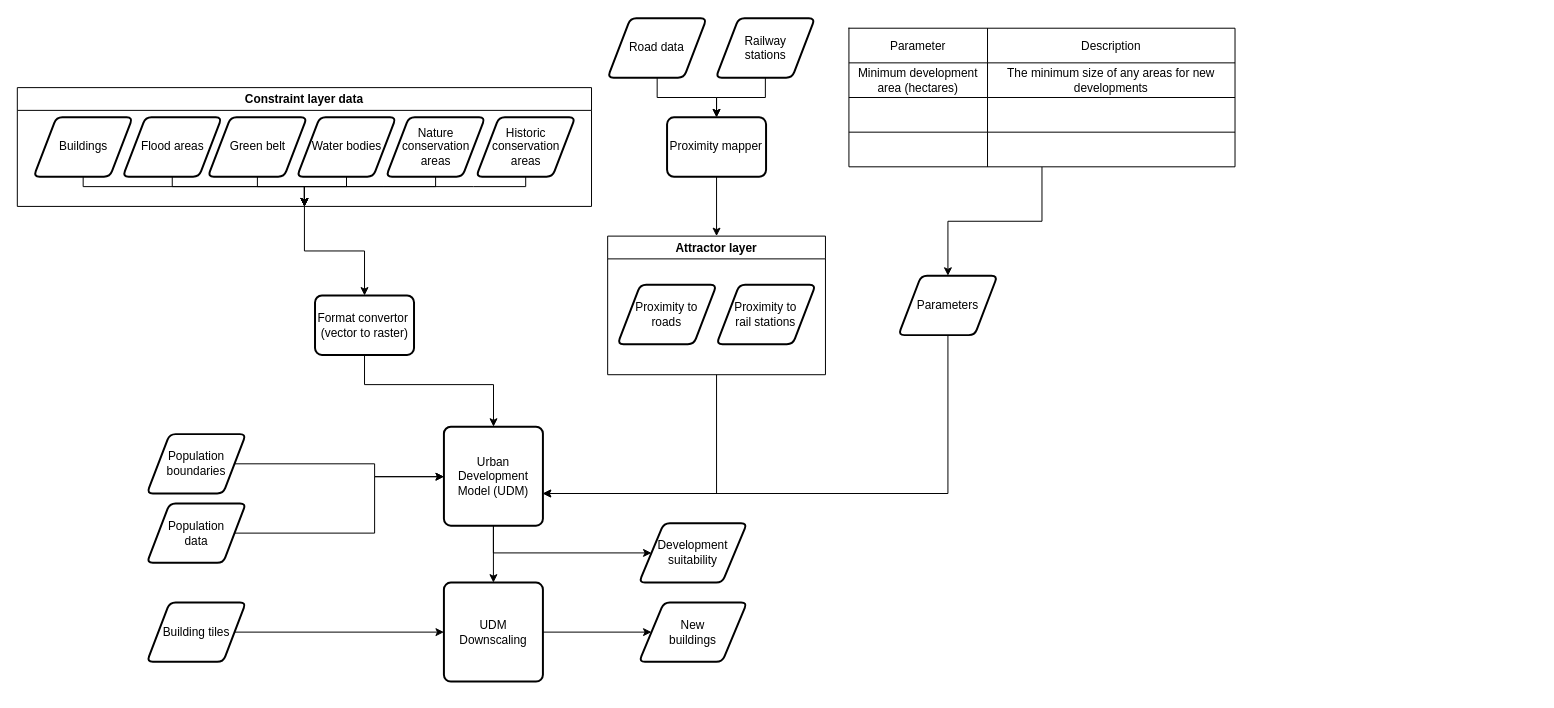
The draw.io diagram page "Page-2" (2 of 2) of udm/openclim-udm-workflow.drawio in OpenCLIM/workflow-diagrams, before the edit. Source tidied: cells renumbered, new cells numbered last; positions are measured from the earlier drawing's top-left corner, leaving out a move shared by most shapes. Both pictures are drawn from the tidied source at 99%, with x=0, y=0 at pixel (17, 18).
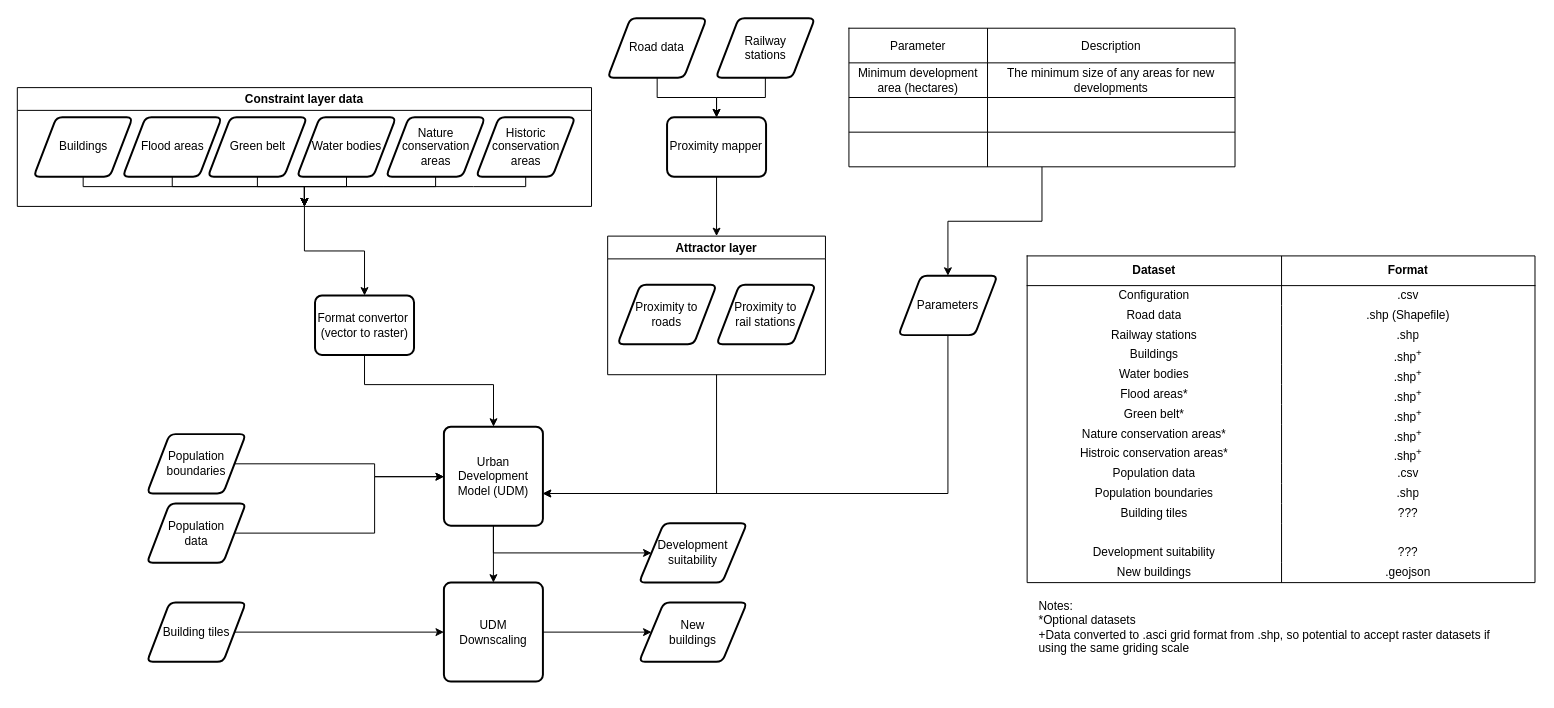
Above is the later version.

Commit message (it also covers changes not shown here):
updated UDM workflow with data types for inputs and outputs

Change to the diagram source:
```diff
@@
+    <mxCell id="58" style="shape=table;html=1;whiteSpace=wrap;startSize=0;childLayout=tableLayout;spacingTop=0;rowLines=0;" parent="1" vertex="1">
+      <mxGeometry x="1020" y="240" width="513" height="330" as="geometry" />
+    </mxCell>
+    <mxCell id="59" style="shape=partialRectangle;html=1;whiteSpace=wrap;fillColor=none;top=0;left=0;bottom=0;right=0;perimeterSpacing=2;strokeWidth=5;" parent="58" vertex="1">
+      <mxGeometry width="513" height="30" as="geometry" />
+    </mxCell>
+    <mxCell id="60" value="&lt;b&gt;Dataset&lt;/b&gt;" style="shape=partialRectangle;html=1;whiteSpace=wrap;fillColor=none;top=0;left=0;bottom=1;right=0;overflow=hidden;" parent="59" vertex="1">
+      <mxGeometry width="257" height="30" as="geometry" />
+    </mxCell>
+    <mxCell id="61" value="&lt;b&gt;Format&lt;/b&gt;" style="shape=partialRectangle;html=1;whiteSpace=wrap;fillColor=none;top=0;left=0;bottom=1;right=0;overflow=hidden;sketch=0;" parent="59" vertex="1">
+      <mxGeometry x="257" width="256" height="30" as="geometry" />
+    </mxCell>
+    <mxCell id="62" style="shape=partialRectangle;html=1;whiteSpace=wrap;fillColor=none;top=0;left=0;bottom=0;right=0;strokeColor=none;" parent="58" vertex="1">
+      <mxGeometry y="30" width="513" height="20" as="geometry" />
+    </mxCell>
+    <mxCell id="63" value="Configuration" style="shape=partialRectangle;html=1;whiteSpace=wrap;fillColor=none;top=0;left=0;bottom=0;right=0;overflow=hidden;strokeColor=none;" parent="62" vertex="1">
+      <mxGeometry width="257" height="20" as="geometry" />
+    </mxCell>
+    <mxCell id="64" value=".csv" style="shape=partialRectangle;html=1;whiteSpace=wrap;fillColor=none;top=0;left=0;bottom=0;right=0;overflow=hidden;strokeColor=none;" parent="62" vertex="1">
+      <mxGeometry x="257" width="256" height="20" as="geometry" />
+    </mxCell>
+    <mxCell id="65" style="shape=partialRectangle;html=1;whiteSpace=wrap;fillColor=none;top=0;left=0;bottom=0;right=0;strokeColor=none;" parent="58" vertex="1">
+      <mxGeometry y="50" width="513" height="20" as="geometry" />
+    </mxCell>
+    <mxCell id="66" value="Road data" style="shape=partialRectangle;html=1;whiteSpace=wrap;fillColor=none;top=0;left=0;bottom=0;right=0;overflow=hidden;strokeColor=none;" parent="65" vertex="1">
+      <mxGeometry width="257" height="20" as="geometry" />
+    </mxCell>
+    <mxCell id="67" value=".shp (Shapefile)" style="shape=partialRectangle;html=1;whiteSpace=wrap;fillColor=none;top=0;left=0;bottom=0;right=0;overflow=hidden;strokeColor=none;" parent="65" vertex="1">
+      <mxGeometry x="257" width="256" height="20" as="geometry" />
+    </mxCell>
+    <mxCell id="68" style="shape=partialRectangle;html=1;whiteSpace=wrap;fillColor=none;top=0;left=0;bottom=0;right=0;strokeColor=none;" parent="58" vertex="1">
+      <mxGeometry y="70" width="513" height="20" as="geometry" />
+    </mxCell>
+    <mxCell id="69" value="Railway stations" style="shape=partialRectangle;html=1;whiteSpace=wrap;fillColor=none;top=0;left=0;bottom=0;right=0;overflow=hidden;strokeColor=none;" parent="68" vertex="1">
+      <mxGeometry width="257" height="20" as="geometry" />
+    </mxCell>
+    <mxCell id="70" value=".shp" style="shape=partialRectangle;html=1;whiteSpace=wrap;fillColor=none;top=0;left=0;bottom=0;right=0;overflow=hidden;strokeColor=none;" parent="68" vertex="1">
+      <mxGeometry x="257" width="256" height="20" as="geometry" />
+    </mxCell>
+    <mxCell id="71" style="shape=partialRectangle;html=1;whiteSpace=wrap;fillColor=none;top=0;left=0;bottom=0;right=0;strokeColor=none;" parent="58" vertex="1">
+      <mxGeometry y="90" width="513" height="20" as="geometry" />
+    </mxCell>
+    <mxCell id="72" value="Buildings" style="shape=partialRectangle;html=1;whiteSpace=wrap;fillColor=none;top=0;left=0;bottom=0;right=0;overflow=hidden;strokeColor=none;" parent="71" vertex="1">
+      <mxGeometry width="257" height="20" as="geometry" />
+    </mxCell>
+    <mxCell id="73" value=".shp&lt;sup&gt;+&lt;/sup&gt;" style="shape=partialRectangle;html=1;whiteSpace=wrap;fillColor=none;top=0;left=0;bottom=0;right=0;overflow=hidden;strokeColor=none;" parent="71" vertex="1">
+      <mxGeometry x="257" width="256" height="20" as="geometry" />
+    </mxCell>
+    <mxCell id="74" style="shape=partialRectangle;html=1;whiteSpace=wrap;fillColor=none;top=0;left=0;bottom=0;right=0;strokeColor=none;" parent="58" vertex="1">
+      <mxGeometry y="110" width="513" height="20" as="geometry" />
+    </mxCell>
+    <mxCell id="75" value="Water bodies" style="shape=partialRectangle;html=1;whiteSpace=wrap;fillColor=none;top=0;left=0;bottom=0;right=0;overflow=hidden;strokeColor=none;" parent="74" vertex="1">
+      <mxGeometry width="257" height="20" as="geometry" />
+    </mxCell>
+    <mxCell id="76" value=".shp&lt;sup&gt;+&lt;/sup&gt;" style="shape=partialRectangle;html=1;whiteSpace=wrap;fillColor=none;top=0;left=0;bottom=0;right=0;overflow=hidden;strokeColor=none;" parent="74" vertex="1">
+      <mxGeometry x="257" width="256" height="20" as="geometry" />
+    </mxCell>
+    <mxCell id="77" style="shape=partialRectangle;html=1;whiteSpace=wrap;fillColor=none;top=0;left=0;bottom=0;right=0;strokeColor=none;" parent="58" vertex="1">
+      <mxGeometry y="130" width="513" height="20" as="geometry" />
+    </mxCell>
+    <mxCell id="78" value="Flood areas*" style="shape=partialRectangle;html=1;whiteSpace=wrap;fillColor=none;top=0;left=0;bottom=0;right=0;overflow=hidden;strokeColor=none;" parent="77" vertex="1">
+      <mxGeometry width="257" height="20" as="geometry" />
+    </mxCell>
+    <mxCell id="79" value=".shp&lt;sup&gt;+&lt;/sup&gt;" style="shape=partialRectangle;html=1;whiteSpace=wrap;fillColor=none;top=0;left=0;bottom=0;right=0;overflow=hidden;strokeColor=none;" parent="77" vertex="1">
+      <mxGeometry x="257" width="256" height="20" as="geometry" />
+    </mxCell>
+    <mxCell id="80" style="shape=partialRectangle;html=1;whiteSpace=wrap;fillColor=none;top=0;left=0;bottom=0;right=0;strokeColor=none;" parent="58" vertex="1">
+      <mxGeometry y="150" width="513" height="20" as="geometry" />
+    </mxCell>
+    <mxCell id="81" value="Green belt*" style="shape=partialRectangle;html=1;whiteSpace=wrap;fillColor=none;top=0;left=0;bottom=0;right=0;overflow=hidden;strokeColor=none;" parent="80" vertex="1">
+      <mxGeometry width="257" height="20" as="geometry" />
+    </mxCell>
+    <mxCell id="82" value=".shp&lt;sup&gt;+&lt;/sup&gt;" style="shape=partialRectangle;html=1;whiteSpace=wrap;fillColor=none;top=0;left=0;bottom=0;right=0;overflow=hidden;strokeColor=none;" parent="80" vertex="1">
+      <mxGeometry x="257" width="256" height="20" as="geometry" />
+    </mxCell>
+    <mxCell id="83" style="shape=partialRectangle;html=1;whiteSpace=wrap;fillColor=none;top=0;left=0;bottom=0;right=0;strokeColor=none;" parent="58" vertex="1">
+      <mxGeometry y="170" width="513" height="20" as="geometry" />
+    </mxCell>
+    <mxCell id="84" value="Nature conservation areas*" style="shape=partialRectangle;html=1;whiteSpace=wrap;fillColor=none;top=0;left=0;bottom=0;right=0;overflow=hidden;strokeColor=none;" parent="83" vertex="1">
+      <mxGeometry width="257" height="20" as="geometry" />
+    </mxCell>
+    <mxCell id="85" value=".shp&lt;sup&gt;+&lt;/sup&gt;" style="shape=partialRectangle;html=1;whiteSpace=wrap;fillColor=none;top=0;left=0;bottom=0;right=0;overflow=hidden;strokeColor=none;" parent="83" vertex="1">
+      <mxGeometry x="257" width="256" height="20" as="geometry" />
+    </mxCell>
+    <mxCell id="86" style="shape=partialRectangle;html=1;whiteSpace=wrap;fillColor=none;top=0;left=0;bottom=0;right=0;strokeColor=none;" parent="58" vertex="1">
+      <mxGeometry y="190" width="513" height="20" as="geometry" />
+    </mxCell>
+    <mxCell id="87" value="Histroic conservation areas*" style="shape=partialRectangle;html=1;whiteSpace=wrap;fillColor=none;top=0;left=0;bottom=0;right=0;overflow=hidden;strokeColor=none;" parent="86" vertex="1">
+      <mxGeometry width="257" height="20" as="geometry" />
+    </mxCell>
+    <mxCell id="88" value=".shp&lt;sup&gt;+&lt;/sup&gt;" style="shape=partialRectangle;html=1;whiteSpace=wrap;fillColor=none;top=0;left=0;bottom=0;right=0;overflow=hidden;strokeColor=none;" parent="86" vertex="1">
+      <mxGeometry x="257" width="256" height="20" as="geometry" />
+    </mxCell>
+    <mxCell id="89" style="shape=partialRectangle;html=1;whiteSpace=wrap;fillColor=none;top=0;left=0;bottom=0;right=0;strokeColor=none;" parent="58" vertex="1">
+      <mxGeometry y="210" width="513" height="20" as="geometry" />
+    </mxCell>
+    <mxCell id="90" value="Population data" style="shape=partialRectangle;html=1;whiteSpace=wrap;fillColor=none;top=0;left=0;bottom=0;right=0;overflow=hidden;strokeColor=none;" parent="89" vertex="1">
+      <mxGeometry width="257" height="20" as="geometry" />
+    </mxCell>
+    <mxCell id="91" value=".csv" style="shape=partialRectangle;html=1;whiteSpace=wrap;fillColor=none;top=0;left=0;bottom=0;right=0;overflow=hidden;strokeColor=none;" parent="89" vertex="1">
+      <mxGeometry x="257" width="256" height="20" as="geometry" />
+    </mxCell>
+    <mxCell id="92" style="shape=partialRectangle;html=1;whiteSpace=wrap;fillColor=none;top=0;left=0;bottom=0;right=0;strokeColor=none;" parent="58" vertex="1">
+      <mxGeometry y="230" width="513" height="20" as="geometry" />
+    </mxCell>
+    <mxCell id="93" value="Population boundaries" style="shape=partialRectangle;html=1;whiteSpace=wrap;fillColor=none;top=0;left=0;bottom=0;right=0;overflow=hidden;strokeColor=none;" parent="92" vertex="1">
+      <mxGeometry width="257" height="20" as="geometry" />
+    </mxCell>
+    <mxCell id="94" value=".shp" style="shape=partialRectangle;html=1;whiteSpace=wrap;fillColor=none;top=0;left=0;bottom=0;right=0;overflow=hidden;strokeColor=none;" parent="92" vertex="1">
+      <mxGeometry x="257" width="256" height="20" as="geometry" />
+    </mxCell>
+    <mxCell id="95" style="shape=partialRectangle;html=1;whiteSpace=wrap;fillColor=none;top=0;left=0;bottom=0;right=0;strokeColor=none;" parent="58" vertex="1">
+      <mxGeometry y="250" width="513" height="20" as="geometry" />
+    </mxCell>
+    <mxCell id="96" value="Building tiles" style="shape=partialRectangle;html=1;whiteSpace=wrap;fillColor=none;top=0;left=0;bottom=0;right=0;overflow=hidden;strokeColor=none;" parent="95" vertex="1">
+      <mxGeometry width="257" height="20" as="geometry" />
+    </mxCell>
+    <mxCell id="97" value="???" style="shape=partialRectangle;html=1;whiteSpace=wrap;fillColor=none;top=0;left=0;bottom=0;right=0;overflow=hidden;strokeColor=none;" parent="95" vertex="1">
+      <mxGeometry x="257" width="256" height="20" as="geometry" />
+    </mxCell>
+    <mxCell id="98" style="shape=partialRectangle;html=1;whiteSpace=wrap;fillColor=none;top=0;left=0;bottom=0;right=0;strokeColor=none;" parent="58" vertex="1">
+      <mxGeometry y="270" width="513" height="20" as="geometry" />
+    </mxCell>
+    <mxCell id="99" style="shape=partialRectangle;html=1;whiteSpace=wrap;fillColor=none;top=0;left=0;bottom=0;right=0;overflow=hidden;strokeColor=none;" parent="98" vertex="1">
+      <mxGeometry width="257" height="20" as="geometry" />
+    </mxCell>
+    <mxCell id="100" style="shape=partialRectangle;html=1;whiteSpace=wrap;fillColor=none;top=0;left=0;bottom=0;right=0;overflow=hidden;strokeColor=none;" parent="98" vertex="1">
+      <mxGeometry x="257" width="256" height="20" as="geometry" />
+    </mxCell>
+    <mxCell id="101" style="shape=partialRectangle;html=1;whiteSpace=wrap;fillColor=none;top=0;left=0;bottom=0;right=0;strokeColor=none;" parent="58" vertex="1">
+      <mxGeometry y="290" width="513" height="20" as="geometry" />
+    </mxCell>
+    <mxCell id="102" value="Development suitability" style="shape=partialRectangle;html=1;whiteSpace=wrap;fillColor=none;top=0;left=0;bottom=0;right=0;overflow=hidden;strokeColor=none;" parent="101" vertex="1">
+      <mxGeometry width="257" height="20" as="geometry" />
+    </mxCell>
+    <mxCell id="103" value="???" style="shape=partialRectangle;html=1;whiteSpace=wrap;fillColor=none;top=0;left=0;bottom=0;right=0;overflow=hidden;strokeColor=none;" parent="101" vertex="1">
+      <mxGeometry x="257" width="256" height="20" as="geometry" />
+    </mxCell>
+    <mxCell id="104" style="shape=partialRectangle;html=1;whiteSpace=wrap;fillColor=none;top=0;left=0;bottom=0;right=0;strokeColor=none;" parent="58" vertex="1">
+      <mxGeometry y="310" width="513" height="20" as="geometry" />
+    </mxCell>
+    <mxCell id="105" value="New buildings" style="shape=partialRectangle;html=1;whiteSpace=wrap;fillColor=none;top=0;left=0;bottom=0;right=0;overflow=hidden;strokeColor=none;" parent="104" vertex="1">
+      <mxGeometry width="257" height="20" as="geometry" />
+    </mxCell>
+    <mxCell id="106" value=".geojson" style="shape=partialRectangle;html=1;whiteSpace=wrap;fillColor=none;top=0;left=0;bottom=0;right=0;overflow=hidden;strokeColor=none;" parent="104" vertex="1">
+      <mxGeometry x="257" width="256" height="20" as="geometry" />
+    </mxCell>
+    <mxCell id="107" value="Notes:&lt;br&gt;*Optional datasets&lt;br&gt;+Data converted to .asci grid format from .shp, so potential to accept raster datasets if using the same griding scale" style="text;html=1;strokeColor=none;fillColor=none;align=left;verticalAlign=top;whiteSpace=wrap;rounded=0;" parent="1" vertex="1">
+      <mxGeometry x="1030" y="580" width="460" height="100" as="geometry" />
+    </mxCell>
```
